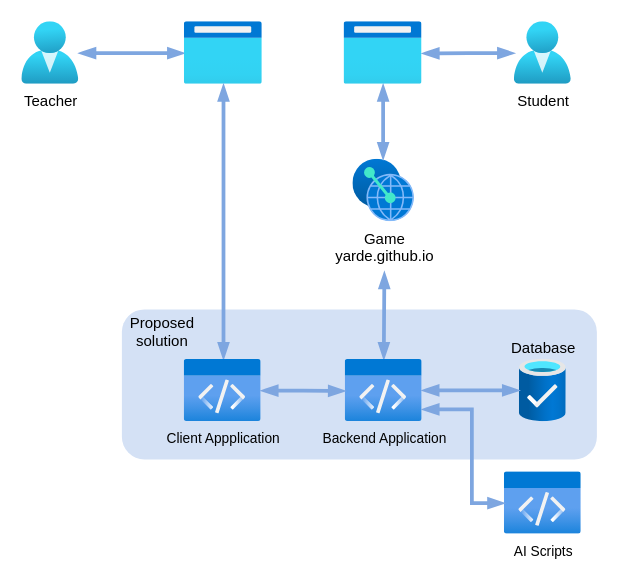
Above: page "Solution in perspective with other parts of the system" (5 of 7) of Documentation/Diagrams.drawio in Baciejowski/educational-platform (draw.io), before the change. Source tidied: cells renumbered, new cells numbered last; positions are measured from the earlier drawing's top-left corner, leaving out a move shared by most shapes. Both pictures are drawn from the tidied source at 125%, with x=0, y=0 at pixel (21, 21).
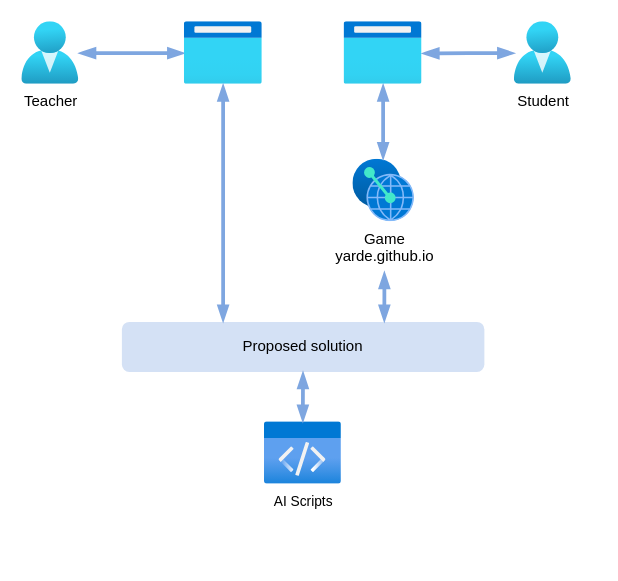
After the change.

Unchanged cells that the change refers to:
```xml
<mxCell id="4" style="html=1;points=[];align=center;image;fontSize=12;image=img/lib/azure2/general/Browser.svg;" parent="1" vertex="1">
  <mxGeometry x="130" width="62.5" height="50" as="geometry" />
</mxCell>
```

Diff of the diagram source:
```diff
@@
     <mxCell id="2" style="rounded=1;whiteSpace=wrap;html=1;strokeColor=none;fillColor=#D4E1F5;" parent="1" vertex="1">
-      <mxGeometry x="80" y="230" width="380" height="120" as="geometry" />
+      <mxGeometry x="80" y="240" width="290" height="40" as="geometry" />
     </mxCell>
@@
-    <mxCell id="5" style="edgeStyle=orthogonalEdgeStyle;rounded=0;jettySize=auto;html=1;startArrow=blockThin;strokeColor=#7EA6E0;strokeWidth=3;fillColor=#66B2FF;startFill=1;endArrow=blockThin;endFill=1;" parent="1" edge="1" source="4" target="9">
+    <mxCell id="5" style="edgeStyle=orthogonalEdgeStyle;rounded=0;jettySize=auto;html=1;startArrow=blockThin;strokeColor=#7EA6E0;strokeWidth=3;fillColor=#66B2FF;startFill=1;endArrow=blockThin;endFill=1;" parent="1" edge="1" source="4">
       <mxGeometry relative="1" as="geometry">
+        <mxPoint x="161" y="240" as="targetPoint" />
         <Array as="points">
           <mxPoint x="161" y="175" />
         </Array>
       </mxGeometry>
     </mxCell>
-    <mxCell id="6" style="edgeStyle=orthogonalEdgeStyle;rounded=0;jettySize=auto;html=1;startArrow=blockThin;strokeColor=#7EA6E0;strokeWidth=3;fillColor=#66B2FF;startFill=1;endArrow=blockThin;endFill=1;exitX=0.5;exitY=0;exitDx=0;exitDy=0;exitPerimeter=0;" parent="1" edge="1" source="10">
+    <mxCell id="6" style="edgeStyle=orthogonalEdgeStyle;rounded=0;jettySize=auto;html=1;startArrow=blockThin;strokeColor=#7EA6E0;strokeWidth=3;fillColor=#66B2FF;startFill=1;endArrow=blockThin;endFill=1;exitX=0.724;exitY=0;exitDx=0;exitDy=0;exitPerimeter=0;" parent="1" edge="1" source="2">
       <mxGeometry relative="1" as="geometry">
         <mxPoint x="290" y="200" as="targetPoint" />
-        <Array as="points">
-          <mxPoint x="290" y="260" />
-          <mxPoint x="290" y="260" />
-        </Array>
       </mxGeometry>
     </mxCell>
@@
-    <mxCell id="8" value="Database" style="html=1;points=[];align=center;image;fontSize=12;image=img/lib/azure2/general/Production_Ready_Database.svg;labelBackgroundColor=none;spacingTop=-73;" parent="1" vertex="1">
-      <mxGeometry x="398.1" y="270" width="37.5" height="50" as="geometry" />
-    </mxCell>
-    <mxCell id="9" value="Client Appplication" style="html=1;points=[];align=center;image;fontSize=11;image=img/lib/azure2/general/Code.svg;labelBackgroundColor=none;spacingTop=0;" parent="1" vertex="1">
-      <mxGeometry x="130" y="270" width="61.5" height="50" as="geometry" />
-    </mxCell>
-    <mxCell id="10" value="Backend Application" style="html=1;points=[];align=center;image;fontSize=11;image=img/lib/azure2/general/Code.svg;labelBackgroundColor=none;spacingTop=0;" parent="1" vertex="1">
-      <mxGeometry x="258.8" y="270" width="61.5" height="50" as="geometry" />
-    </mxCell>
     <mxCell id="11" value="&lt;font style=&quot;font-size: 11px&quot;&gt;AI Scripts&lt;/font&gt;" style="html=1;points=[];align=center;image;fontSize=12;image=img/lib/azure2/general/Code.svg;spacingTop=0;labelBackgroundColor=none;" parent="1" vertex="1">
-      <mxGeometry x="386.1" y="360" width="61.5" height="50" as="geometry" />
+      <mxGeometry x="194.2" y="320" width="61.5" height="50" as="geometry" />
     </mxCell>
@@
-    <mxCell id="17" style="edgeStyle=orthogonalEdgeStyle;rounded=0;jettySize=auto;html=1;fillColor=#66B2FF;strokeColor=#7EA6E0;startArrow=blockThin;strokeWidth=3;startFill=1;endArrow=blockThin;endFill=1;" parent="1" edge="1" source="10" target="11">
-      <mxGeometry relative="1" as="geometry">
-        <Array as="points">
-          <mxPoint x="360" y="310" />
-          <mxPoint x="360" y="385" />
-        </Array>
-      </mxGeometry>
-    </mxCell>
-    <mxCell id="18" style="edgeStyle=orthogonalEdgeStyle;rounded=0;jettySize=auto;html=1;fillColor=#66B2FF;strokeColor=#7EA6E0;startArrow=blockThin;strokeWidth=3;startFill=1;endArrow=blockThin;endFill=1;entryX=-0.002;entryY=0.504;entryDx=0;entryDy=0;entryPerimeter=0;" parent="1" edge="1" source="9" target="10">
-      <mxGeometry relative="1" as="geometry" />
-    </mxCell>
-    <mxCell id="19" style="edgeStyle=orthogonalEdgeStyle;rounded=0;jettySize=auto;html=1;fillColor=#66B2FF;strokeColor=#7EA6E0;startArrow=blockThin;strokeWidth=3;startFill=1;endArrow=blockThin;endFill=1;exitX=0.999;exitY=0.496;exitDx=0;exitDy=0;exitPerimeter=0;entryX=-0.005;entryY=0.496;entryDx=0;entryDy=0;entryPerimeter=0;" parent="1" edge="1" source="10" target="8">
-      <mxGeometry relative="1" as="geometry">
-        <Array as="points">
-          <mxPoint x="370" y="295" />
-          <mxPoint x="370" y="295" />
-        </Array>
-      </mxGeometry>
-    </mxCell>
-    <mxCell id="20" value="Proposed solution" style="text;html=1;strokeColor=none;fillColor=none;align=center;verticalAlign=middle;whiteSpace=wrap;rounded=0;spacingLeft=5;spacingTop=5;" parent="1" vertex="1">
-      <mxGeometry x="80" y="230" width="60" height="30" as="geometry" />
+    <mxCell id="20" value="Proposed solution" style="text;html=1;strokeColor=none;fillColor=none;align=center;verticalAlign=middle;whiteSpace=wrap;rounded=0;spacingLeft=0;spacingTop=0;" parent="1" vertex="1">
+      <mxGeometry x="90" y="245" width="270" height="30" as="geometry" />
     </mxCell>
+    <mxCell id="21" style="edgeStyle=orthogonalEdgeStyle;rounded=0;orthogonalLoop=1;jettySize=auto;html=1;startArrow=blockThin;strokeColor=#7EA6E0;strokeWidth=3;fillColor=#66B2FF;startFill=1;endArrow=blockThin;endFill=1;exitX=0.724;exitY=0;exitDx=0;exitDy=0;exitPerimeter=0;" parent="1" edge="1">
+      <mxGeometry relative="1" as="geometry">
+        <mxPoint x="224.8" y="320" as="sourcePoint" />
+        <mxPoint x="224.9" y="280" as="targetPoint" />
+        <Array as="points">
+          <mxPoint x="225" y="310" />
+          <mxPoint x="225" y="310" />
+        </Array>
+      </mxGeometry>
+    </mxCell>
```
